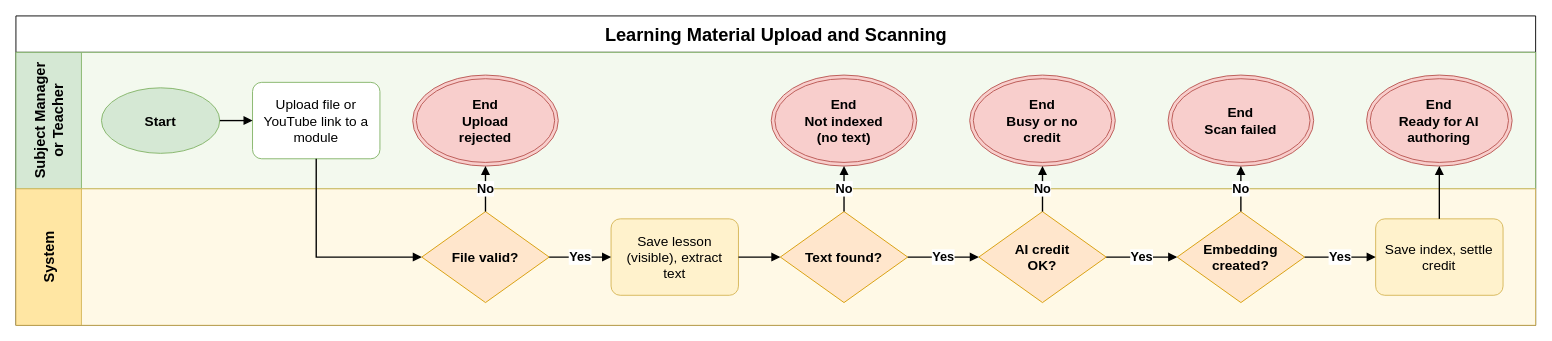
The draw.io diagram page "BF-02 Learning Material Upload and Scanning" (2 of 8) of aidlc-docs/inception/main-business-flows/AI-Powered-Learning-Platform-Main-Business-Flows.drawio in hygef-v4/AI-Powered-Learning-Platform, before the edit. Source tidied: cells renumbered, new cells numbered last; positions are measured from the earlier drawing's top-left corner, leaving out a move shared by most shapes. Both pictures are drawn from the tidied source at 91%, with x=0, y=0 at pixel (15, 15).
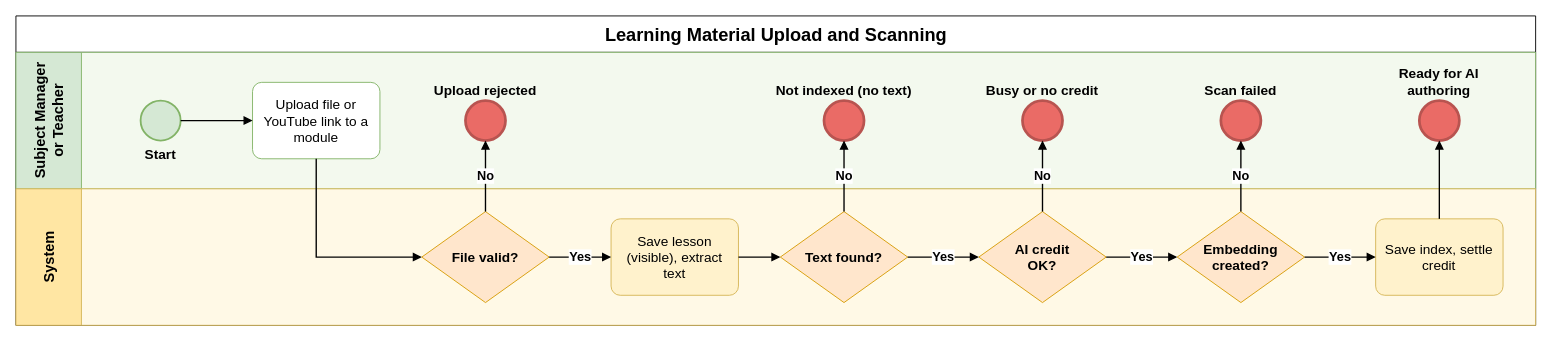
The same diagram, later.

The change refers to these unchanged cells:
```xml
<mxCell id="3" value="Subject Manager or Teacher" style="swimlane;startSize=72;horizontal=0;html=1;whiteSpace=wrap;fillColor=#D5E8D4;swimlaneFillColor=#F3F9EE;strokeColor=#82B366;fontSize=16;fontStyle=1;align=center;verticalAlign=middle;spacing=4;" parent="2" vertex="1">
  <mxGeometry y="40" width="1670" height="150" as="geometry" />
</mxCell>
```

Change to the diagram source:
```diff
@@
-    <mxCell id="5" value="Start" style="ellipse;whiteSpace=wrap;html=1;fillColor=#D5E8D4;strokeColor=#82B366;fontStyle=1;fontSize=15;" parent="3" vertex="1">
-      <mxGeometry x="94" y="39" width="130" height="72" as="geometry" />
+    <mxCell id="5" value="Start" style="ellipse;html=1;fillColor=#D5E8D4;strokeColor=#82B366;strokeWidth=2;fontStyle=1;fontSize=15;whiteSpace=wrap;verticalLabelPosition=bottom;verticalAlign=top;labelPosition=center;align=center;labelWidth=150;" parent="3" vertex="1">
+      <mxGeometry x="137" y="53" width="44" height="44" as="geometry" />
     </mxCell>
@@
-    <mxCell id="8" value="End&lt;br&gt;Upload rejected" style="ellipse;shape=doubleEllipse;whiteSpace=wrap;html=1;fillColor=#F8CECC;strokeColor=#B85450;fontStyle=1;fontSize=15;spacingLeft=26;spacingRight=26;" parent="3" vertex="1">
-      <mxGeometry x="436" y="25" width="160" height="100" as="geometry" />
+    <mxCell id="8" value="Upload rejected" style="ellipse;html=1;fillColor=#EA6B66;strokeColor=#B85450;strokeWidth=3;fontStyle=1;fontSize=15;whiteSpace=wrap;verticalLabelPosition=top;verticalAlign=bottom;labelPosition=center;align=center;labelWidth=150;" parent="3" vertex="1">
+      <mxGeometry x="494" y="53" width="44" height="44" as="geometry" />
     </mxCell>
@@
-    <mxCell id="11" value="End&lt;br&gt;Not indexed (no text)" style="ellipse;shape=doubleEllipse;whiteSpace=wrap;html=1;fillColor=#F8CECC;strokeColor=#B85450;fontStyle=1;fontSize=15;spacingLeft=26;spacingRight=26;" parent="3" vertex="1">
-      <mxGeometry x="830" y="25" width="160" height="100" as="geometry" />
+    <mxCell id="11" value="Not indexed (no text)" style="ellipse;html=1;fillColor=#EA6B66;strokeColor=#B85450;strokeWidth=3;fontStyle=1;fontSize=15;whiteSpace=wrap;verticalLabelPosition=top;verticalAlign=bottom;labelPosition=center;align=center;labelWidth=150;" parent="3" vertex="1">
+      <mxGeometry x="888" y="53" width="44" height="44" as="geometry" />
     </mxCell>
@@
-    <mxCell id="13" value="End&lt;br&gt;Busy or no credit" style="ellipse;shape=doubleEllipse;whiteSpace=wrap;html=1;fillColor=#F8CECC;strokeColor=#B85450;fontStyle=1;fontSize=15;spacingLeft=26;spacingRight=26;" parent="3" vertex="1">
-      <mxGeometry x="1048.1" y="25" width="160" height="100" as="geometry" />
+    <mxCell id="13" value="Busy or no credit" style="ellipse;html=1;fillColor=#EA6B66;strokeColor=#B85450;strokeWidth=3;fontStyle=1;fontSize=15;whiteSpace=wrap;verticalLabelPosition=top;verticalAlign=bottom;labelPosition=center;align=center;labelWidth=150;" parent="3" vertex="1">
+      <mxGeometry x="1106.1" y="53" width="44" height="44" as="geometry" />
     </mxCell>
@@
-    <mxCell id="15" value="End&lt;br&gt;Scan failed" style="ellipse;shape=doubleEllipse;whiteSpace=wrap;html=1;fillColor=#F8CECC;strokeColor=#B85450;fontStyle=1;fontSize=15;spacingLeft=26;spacingRight=26;" parent="3" vertex="1">
-      <mxGeometry x="1266.1" y="25" width="160" height="100" as="geometry" />
+    <mxCell id="15" value="Scan failed" style="ellipse;html=1;fillColor=#EA6B66;strokeColor=#B85450;strokeWidth=3;fontStyle=1;fontSize=15;whiteSpace=wrap;verticalLabelPosition=top;verticalAlign=bottom;labelPosition=center;align=center;labelWidth=150;" parent="3" vertex="1">
+      <mxGeometry x="1324.1" y="53" width="44" height="44" as="geometry" />
     </mxCell>
@@
-    <mxCell id="17" value="End&lt;br&gt;Ready for AI authoring" style="ellipse;shape=doubleEllipse;whiteSpace=wrap;html=1;fillColor=#F8CECC;strokeColor=#B85450;fontStyle=1;fontSize=15;spacingLeft=26;spacingRight=26;" parent="3" vertex="1">
-      <mxGeometry x="1484.2" y="25" width="160" height="100" as="geometry" />
+    <mxCell id="17" value="Ready for AI authoring" style="ellipse;html=1;fillColor=#EA6B66;strokeColor=#B85450;strokeWidth=3;fontStyle=1;fontSize=15;whiteSpace=wrap;verticalLabelPosition=top;verticalAlign=bottom;labelPosition=center;align=center;labelWidth=150;" parent="3" vertex="1">
+      <mxGeometry x="1542.2" y="53" width="44" height="44" as="geometry" />
     </mxCell>
```
